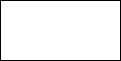
This is LIVE Mindmap.drawio.png from HalimahH-BBC/Mindmap, a draw.io export, as it was before one commit. Source tidied: cells renumbered, new cells last; positions are measured from the earlier drawing's top-left corner, leaving out a move shared by most shapes.
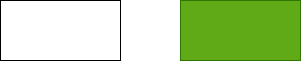
After the commit.

The edit, as a diff of the source:
```diff
@@ -5,5 +5,8 @@
     <mxCell id="2" style="rounded=0;whiteSpace=wrap;html=1;" parent="1" vertex="1">
       <mxGeometry width="120" height="60" as="geometry" />
     </mxCell>
+    <mxCell id="3" style="rounded=0;whiteSpace=wrap;html=1;fillColor=#60a917;fontColor=#ffffff;strokeColor=#2D7600;" parent="1" vertex="1">
+      <mxGeometry x="180" width="120" height="60" as="geometry" />
+    </mxCell>
   </root>
 </mxGraphModel>
```
